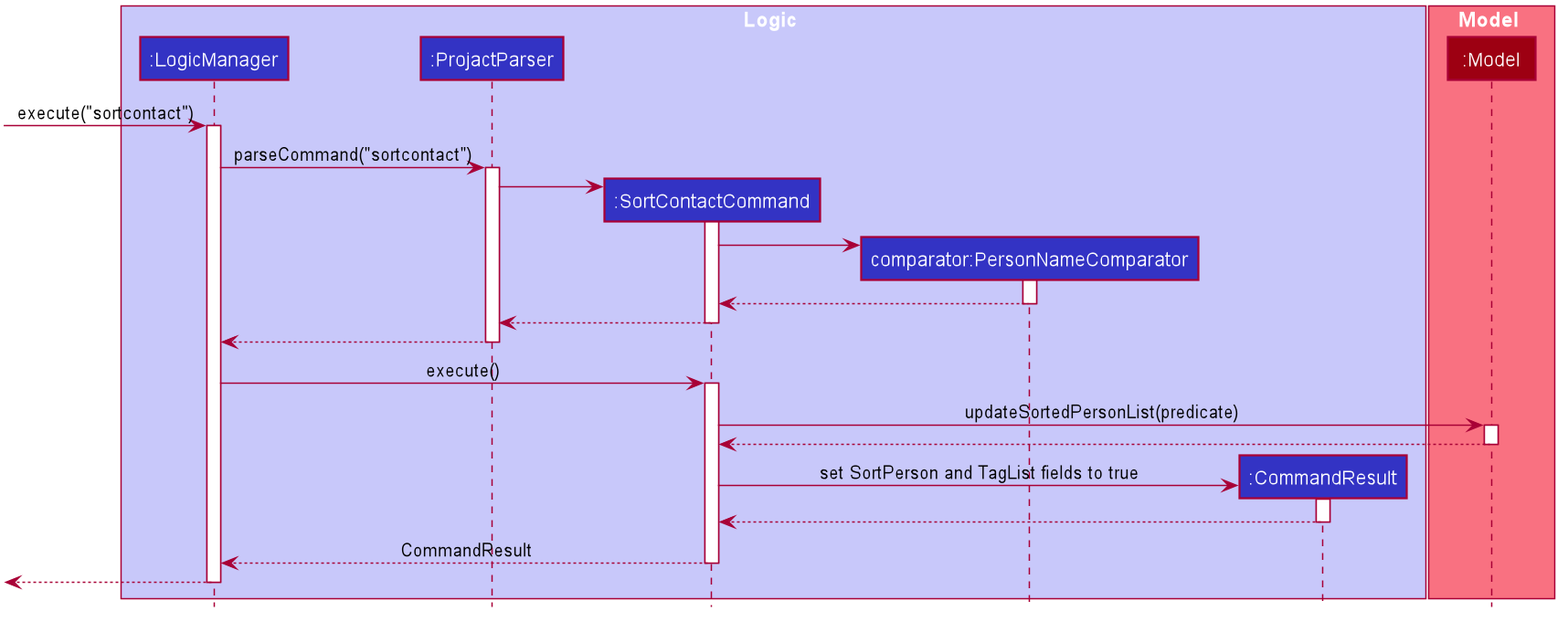
siqiang-ng/tp keeps this PlantUML diagram as docs/images/SortSequenceDiagram.png. Above is the earlier version.
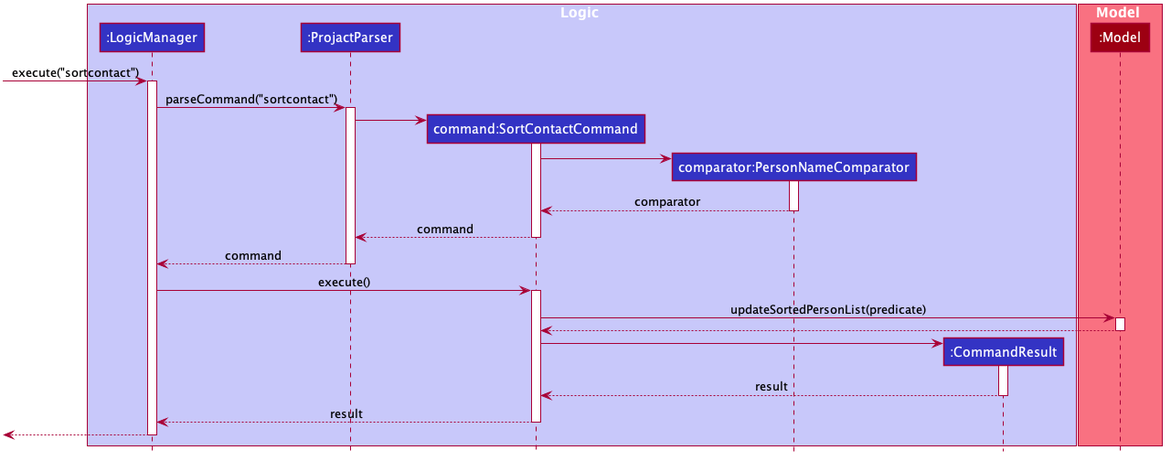
The same file after the commit.

Diff of the diagram source:
```diff
@@ -51,7 +51,7 @@
 box Logic #C8C8FA
 participant ":LogicManager" as LogicManager #3333C4
 participant ":ProjactParser" as ProjactParser #3333C4
-participant ":SortContactCommand" as SortContactCommand #3333C4
+participant "command:SortContactCommand" as SortContactCommand #3333C4
 participant "comparator:PersonNameComparator" as PersonNameComparator #3333C4
 participant ":CommandResult" as CommandResult #3333C4
 end box
@@ -74,13 +74,13 @@
 SortContactCommand -> PersonNameComparator
 activate PersonNameComparator
 
-PersonNameComparator --> SortContactCommand
+PersonNameComparator --> SortContactCommand : comparator
 deactivate PersonNameComparator
 
-SortContactCommand --> ProjactParser
+SortContactCommand --> ProjactParser : command
 deactivate SortContactCommand
 
-ProjactParser --> LogicManager
+ProjactParser --> LogicManager : command
 deactivate ProjactParser
 
 LogicManager -> SortContactCommand : execute()
@@ -93,13 +93,13 @@
 deactivate Model
 
 create CommandResult
-SortContactCommand -> CommandResult : set SortPerson and TagList fields to true
+SortContactCommand -> CommandResult
 activate CommandResult
 
-CommandResult --> SortContactCommand
+CommandResult --> SortContactCommand : result
 deactivate CommandResult
 
-SortContactCommand --> LogicManager : CommandResult
+SortContactCommand --> LogicManager : result
 deactivate SortContactCommand
 
 [<--LogicManager
```
